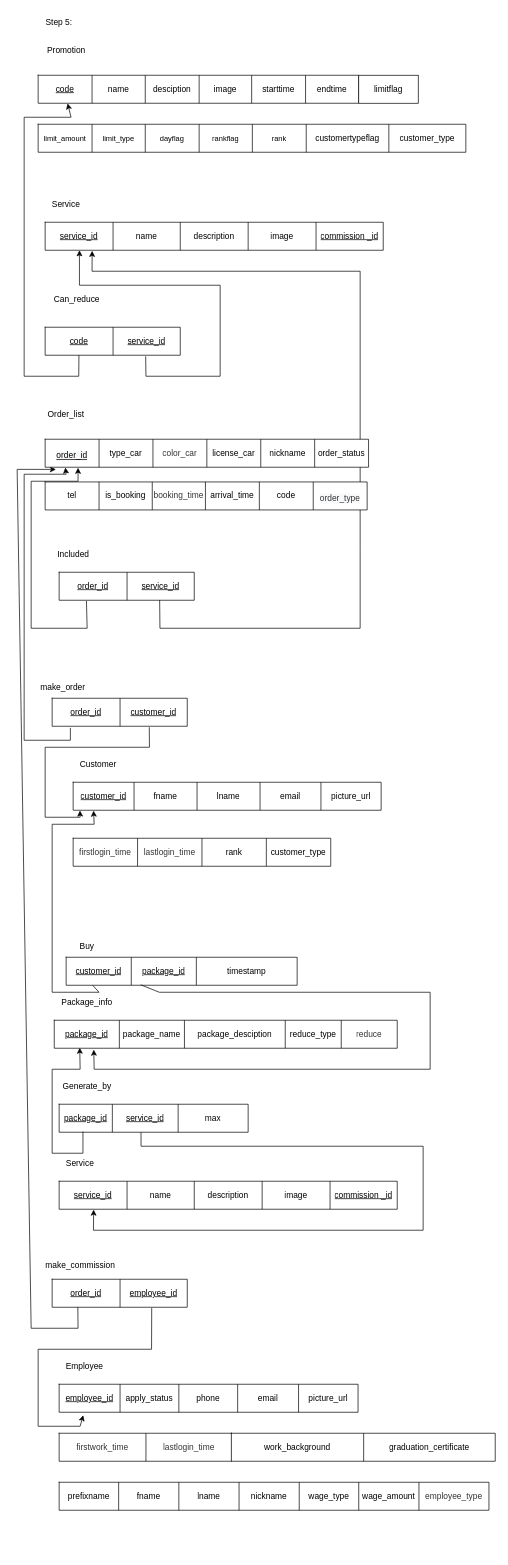
Earlier version of the draw.io diagram page "Step_P3" (4 of 7) of carcare.drawio (jarawin/carcare). Source tidied: cells renumbered, new cells numbered last; positions are measured from the earlier drawing's top-left corner, leaving out a move shared by most shapes. Both pictures are drawn from the tidied source at 70%, with x=0, y=0 at pixel (17, 12).
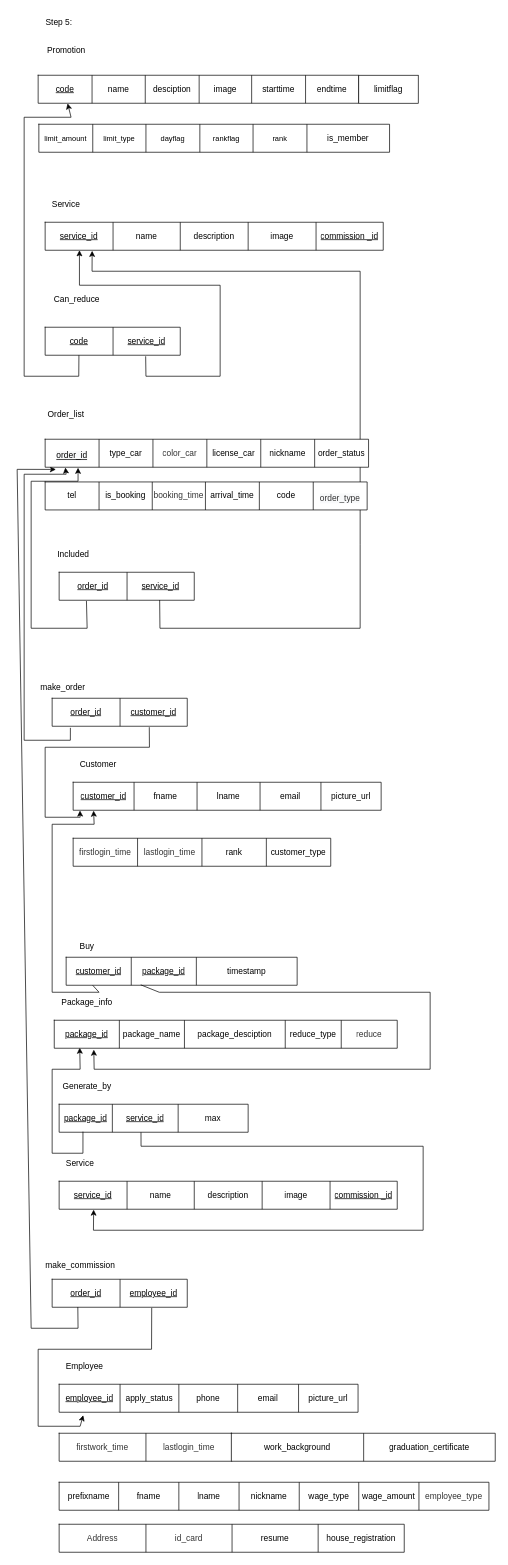
The same page after the edit.

The edit, as a diff of the source:
```diff
@@
-    <mxCell id="76" style="shape=table;startSize=0;childLayout=tableLayout;strokeColor=default;fontFamily=Helvetica;fontSize=12;fontColor=default;fillColor=default;html=1;" parent="1" vertex="1">
-      <mxGeometry x="30" y="160" width="611" height="40" as="geometry" />
-    </mxCell>
-    <mxCell id="77" style="shape=tableRow;horizontal=0;startSize=0;swimlaneHead=0;swimlaneBody=0;top=0;left=0;bottom=0;right=0;fillColor=none;strokeColor=default;fontFamily=Helvetica;fontSize=12;fontColor=default;html=1;" parent="76" vertex="1">
-      <mxGeometry width="611" height="40" as="geometry" />
-    </mxCell>
-    <mxCell id="78" value="&lt;span style=&quot;font-size: 8pt; line-height: 106%; font-family: Helvetica, sans-serif; background-image: initial; background-position: initial; background-size: initial; background-repeat: initial; background-attachment: initial; background-origin: initial; background-clip: initial;&quot;&gt;limit_amount&lt;/span&gt;" style="shape=partialRectangle;html=1;whiteSpace=wrap;overflow=hidden;fillColor=none;top=0;left=0;bottom=0;right=0;strokeColor=default;fontFamily=Helvetica;fontSize=12;fontColor=default;startSize=0;" parent="77" vertex="1">
-      <mxGeometry width="77" height="40" as="geometry" />
-    </mxCell>
-    <mxCell id="79" value="&lt;span style=&quot;font-size: 8pt; line-height: 106%; font-family: Helvetica, sans-serif; background-image: initial; background-position: initial; background-size: initial; background-repeat: initial; background-attachment: initial; background-origin: initial; background-clip: initial;&quot;&gt;limit_type&lt;/span&gt;" style="shape=partialRectangle;html=1;whiteSpace=wrap;overflow=hidden;fillColor=none;top=0;left=0;bottom=0;right=0;strokeColor=default;fontFamily=Helvetica;fontSize=12;fontColor=default;startSize=0;" parent="77" vertex="1">
-      <mxGeometry x="77" width="76" height="40" as="geometry" />
-    </mxCell>
-    <mxCell id="80" value="&lt;span style=&quot;font-size:8.0pt;line-height:106%;&lt;br/&gt;font-family:&amp;quot;Helvetica&amp;quot;,sans-serif;mso-fareast-font-family:Calibri;mso-fareast-theme-font:&lt;br/&gt;minor-latin;mso-ansi-language:EN-US;mso-fareast-language:EN-US;mso-bidi-language:&lt;br/&gt;TH&quot;&gt;dayflag&lt;/span&gt;" style="shape=partialRectangle;html=1;whiteSpace=wrap;overflow=hidden;fillColor=none;top=0;left=0;bottom=0;right=0;strokeColor=default;fontFamily=Helvetica;fontSize=12;fontColor=default;startSize=0;" parent="77" vertex="1">
-      <mxGeometry x="153" width="77" height="40" as="geometry" />
-    </mxCell>
-    <mxCell id="81" value="&lt;span style=&quot;font-size:8.0pt;line-height:106%;&lt;br/&gt;font-family:&amp;quot;Helvetica&amp;quot;,sans-serif;mso-fareast-font-family:Calibri;mso-fareast-theme-font:&lt;br/&gt;minor-latin;mso-ansi-language:EN-US;mso-fareast-language:EN-US;mso-bidi-language:&lt;br/&gt;TH&quot;&gt;rankflag&lt;/span&gt;" style="shape=partialRectangle;html=1;whiteSpace=wrap;overflow=hidden;fillColor=none;top=0;left=0;bottom=0;right=0;strokeColor=default;fontFamily=Helvetica;fontSize=12;fontColor=default;startSize=0;" parent="77" vertex="1">
-      <mxGeometry x="230" width="76" height="40" as="geometry" />
-    </mxCell>
-    <mxCell id="82" value="&lt;span style=&quot;font-size: 8pt; line-height: 106%; font-family: Helvetica, sans-serif; background-image: initial; background-position: initial; background-size: initial; background-repeat: initial; background-attachment: initial; background-origin: initial; background-clip: initial;&quot;&gt;rank&lt;/span&gt;" style="shape=partialRectangle;html=1;whiteSpace=wrap;overflow=hidden;fillColor=none;top=0;left=0;bottom=0;right=0;strokeColor=default;fontFamily=Helvetica;fontSize=12;fontColor=default;startSize=0;" parent="77" vertex="1">
-      <mxGeometry x="306" width="77" height="40" as="geometry" />
-    </mxCell>
-    <mxCell id="83" value="customertypeflag" style="shape=partialRectangle;html=1;whiteSpace=wrap;overflow=hidden;fillColor=none;top=0;left=0;bottom=0;right=0;strokeColor=default;fontFamily=Helvetica;fontSize=12;fontColor=default;startSize=0;" parent="77" vertex="1">
-      <mxGeometry x="383" width="118" height="40" as="geometry" />
-    </mxCell>
-    <mxCell id="84" value="customer_type" style="shape=partialRectangle;html=1;whiteSpace=wrap;overflow=hidden;fillColor=none;top=0;left=0;bottom=0;right=0;strokeColor=default;fontFamily=Helvetica;fontSize=12;fontColor=default;startSize=0;" parent="77" vertex="1">
-      <mxGeometry x="501" width="110" height="40" as="geometry" />
-    </mxCell>
@@
+    <mxCell id="146" style="shape=table;startSize=0;childLayout=tableLayout;strokeColor=default;fontFamily=Helvetica;fontSize=12;fontColor=default;fillColor=default;html=1;" parent="1" vertex="1">
+      <mxGeometry x="31" y="160" width="501" height="40" as="geometry" />
+    </mxCell>
+    <mxCell id="147" style="shape=tableRow;horizontal=0;startSize=0;swimlaneHead=0;swimlaneBody=0;top=0;left=0;bottom=0;right=0;fillColor=none;strokeColor=default;fontFamily=Helvetica;fontSize=12;fontColor=default;html=1;" parent="146" vertex="1">
+      <mxGeometry width="501" height="40" as="geometry" />
+    </mxCell>
+    <mxCell id="78" value="&lt;span style=&quot;font-size: 8pt; line-height: 106%; font-family: Helvetica, sans-serif; background-image: initial; background-position: initial; background-size: initial; background-repeat: initial; background-attachment: initial; background-origin: initial; background-clip: initial;&quot;&gt;limit_amount&lt;/span&gt;" style="shape=partialRectangle;html=1;whiteSpace=wrap;overflow=hidden;fillColor=none;top=0;left=0;bottom=0;right=0;strokeColor=default;fontFamily=Helvetica;fontSize=12;fontColor=default;startSize=0;" parent="147" vertex="1">
+      <mxGeometry width="77" height="40" as="geometry" />
+    </mxCell>
+    <mxCell id="79" value="&lt;span style=&quot;font-size: 8pt; line-height: 106%; font-family: Helvetica, sans-serif; background-image: initial; background-position: initial; background-size: initial; background-repeat: initial; background-attachment: initial; background-origin: initial; background-clip: initial;&quot;&gt;limit_type&lt;/span&gt;" style="shape=partialRectangle;html=1;whiteSpace=wrap;overflow=hidden;fillColor=none;top=0;left=0;bottom=0;right=0;strokeColor=default;fontFamily=Helvetica;fontSize=12;fontColor=default;startSize=0;" parent="147" vertex="1">
+      <mxGeometry x="77" width="76" height="40" as="geometry" />
+    </mxCell>
+    <mxCell id="80" value="&lt;span style=&quot;font-size:8.0pt;line-height:106%;&lt;br/&gt;font-family:&amp;quot;Helvetica&amp;quot;,sans-serif;mso-fareast-font-family:Calibri;mso-fareast-theme-font:&lt;br/&gt;minor-latin;mso-ansi-language:EN-US;mso-fareast-language:EN-US;mso-bidi-language:&lt;br/&gt;TH&quot;&gt;dayflag&lt;/span&gt;" style="shape=partialRectangle;html=1;whiteSpace=wrap;overflow=hidden;fillColor=none;top=0;left=0;bottom=0;right=0;strokeColor=default;fontFamily=Helvetica;fontSize=12;fontColor=default;startSize=0;" parent="147" vertex="1">
+      <mxGeometry x="153" width="77" height="40" as="geometry" />
+    </mxCell>
+    <mxCell id="81" value="&lt;span style=&quot;font-size:8.0pt;line-height:106%;&lt;br/&gt;font-family:&amp;quot;Helvetica&amp;quot;,sans-serif;mso-fareast-font-family:Calibri;mso-fareast-theme-font:&lt;br/&gt;minor-latin;mso-ansi-language:EN-US;mso-fareast-language:EN-US;mso-bidi-language:&lt;br/&gt;TH&quot;&gt;rankflag&lt;/span&gt;" style="shape=partialRectangle;html=1;whiteSpace=wrap;overflow=hidden;fillColor=none;top=0;left=0;bottom=0;right=0;strokeColor=default;fontFamily=Helvetica;fontSize=12;fontColor=default;startSize=0;" parent="147" vertex="1">
+      <mxGeometry x="230" width="76" height="40" as="geometry" />
+    </mxCell>
+    <mxCell id="82" value="&lt;span style=&quot;font-size: 8pt; line-height: 106%; font-family: Helvetica, sans-serif; background-image: initial; background-position: initial; background-size: initial; background-repeat: initial; background-attachment: initial; background-origin: initial; background-clip: initial;&quot;&gt;rank&lt;/span&gt;" style="shape=partialRectangle;html=1;whiteSpace=wrap;overflow=hidden;fillColor=none;top=0;left=0;bottom=0;right=0;strokeColor=default;fontFamily=Helvetica;fontSize=12;fontColor=default;startSize=0;" parent="147" vertex="1">
+      <mxGeometry x="306" width="77" height="40" as="geometry" />
+    </mxCell>
+    <mxCell id="148" value="is_member" style="shape=partialRectangle;html=1;whiteSpace=wrap;overflow=hidden;fillColor=none;top=0;left=0;bottom=0;right=0;strokeColor=default;fontFamily=Helvetica;fontSize=12;fontColor=default;startSize=0;" parent="147" vertex="1">
+      <mxGeometry x="383" width="118" height="40" as="geometry" />
+    </mxCell>
+    <mxCell id="149" style="shape=table;startSize=0;childLayout=tableLayout;strokeColor=default;fontFamily=Helvetica;fontSize=12;fontColor=default;fillColor=default;html=1;" parent="1" vertex="1">
+      <mxGeometry x="60" y="2160" width="493" height="40" as="geometry" />
+    </mxCell>
+    <mxCell id="150" style="shape=tableRow;horizontal=0;startSize=0;swimlaneHead=0;swimlaneBody=0;top=0;left=0;bottom=0;right=0;fillColor=none;strokeColor=default;fontFamily=Helvetica;fontSize=12;fontColor=default;html=1;" parent="149" vertex="1">
+      <mxGeometry width="493" height="40" as="geometry" />
+    </mxCell>
+    <mxCell id="151" value="&lt;div style=&quot;text-align: start;&quot;&gt;&lt;span style=&quot;background-color: initial;&quot;&gt;&lt;font face=&quot;Arial&quot; color=&quot;#333333&quot;&gt;Address&lt;/font&gt;&lt;/span&gt;&lt;/div&gt;" style="shape=partialRectangle;html=1;whiteSpace=wrap;overflow=hidden;fillColor=none;top=0;left=0;bottom=0;right=0;strokeColor=default;fontFamily=Helvetica;fontSize=12;fontColor=default;startSize=0;" parent="150" vertex="1">
+      <mxGeometry width="124" height="40" as="geometry" />
+    </mxCell>
+    <mxCell id="152" value="&lt;div style=&quot;text-align: start;&quot;&gt;&lt;span style=&quot;background-color: initial;&quot;&gt;&lt;font face=&quot;Arial&quot; color=&quot;#333333&quot;&gt;id_card&lt;/font&gt;&lt;/span&gt;&lt;/div&gt;" style="shape=partialRectangle;html=1;whiteSpace=wrap;overflow=hidden;fillColor=none;top=0;left=0;bottom=0;right=0;strokeColor=default;fontFamily=Helvetica;fontSize=12;fontColor=default;startSize=0;" parent="150" vertex="1">
+      <mxGeometry x="124" width="123" height="40" as="geometry" />
+    </mxCell>
+    <mxCell id="153" value="resume" style="shape=partialRectangle;html=1;whiteSpace=wrap;overflow=hidden;fillColor=none;top=0;left=0;bottom=0;right=0;strokeColor=default;fontFamily=Helvetica;fontSize=12;fontColor=default;startSize=0;" parent="150" vertex="1">
+      <mxGeometry x="247" width="123" height="40" as="geometry" />
+    </mxCell>
+    <mxCell id="154" value="house_registration" style="shape=partialRectangle;html=1;whiteSpace=wrap;overflow=hidden;fillColor=none;top=0;left=0;bottom=0;right=0;strokeColor=default;fontFamily=Helvetica;fontSize=12;fontColor=default;startSize=0;" parent="150" vertex="1">
+      <mxGeometry x="370" width="123" height="40" as="geometry" />
+    </mxCell>
```
